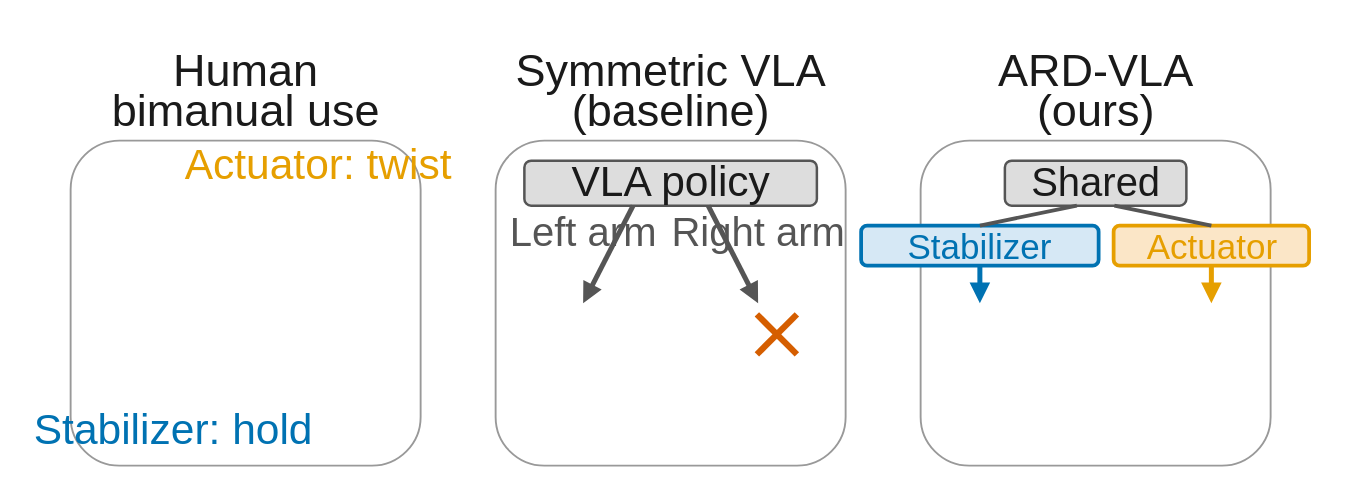
This is paper/figures/fig1_teaser.drawio from judangyee/ARD-VLA, a draw.io file, before an edit. Source tidied: cells renumbered, new cells numbered last; positions are measured from the earlier drawing's top-left corner, leaving out a move shared by most shapes. Both pictures are drawn from the tidied source at 125%, with x=0, y=0 at pixel (48, 35).
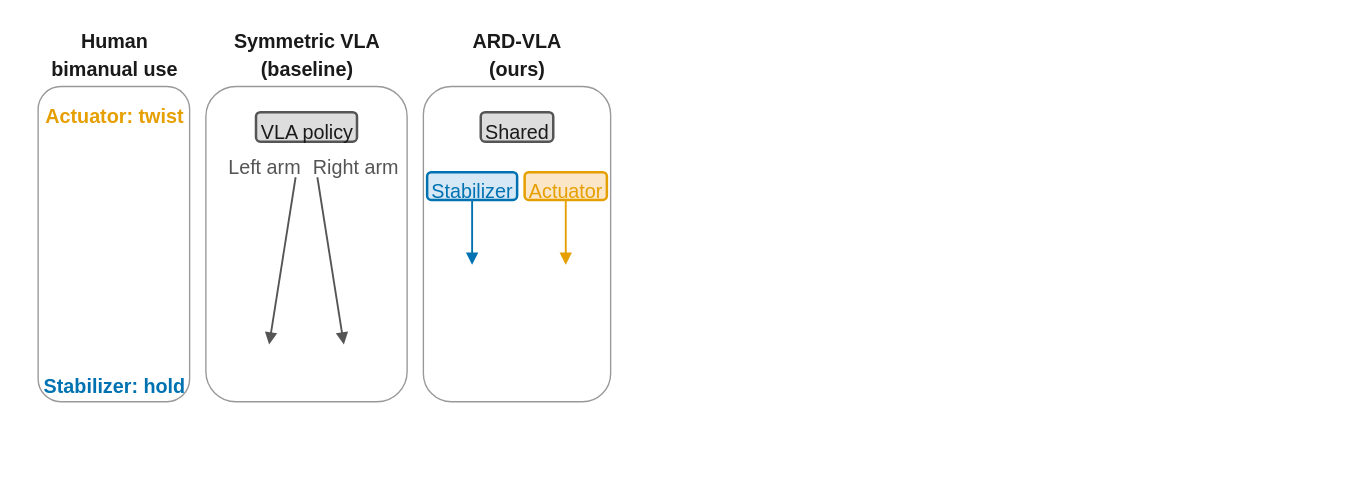
Above is the later version.

Commit message (it also covers changes not shown here):
Fix Fig.1 label/box overflow and draw Stabilizer gripper holding bottle

The edit, as a diff of the source:
```diff
@@
+    <mxCell id="31" style="rounded=1;fillColor=#FFFFFF;strokeColor=#999999;strokeWidth=1.1;" parent="1" vertex="1">
+      <mxGeometry x="-8" y="40.7" width="121.2" height="252.2" as="geometry" />
+    </mxCell>
+    <mxCell id="32" value="Human" style="text;html=1;fontSize=15.8;fontColor=#1A1A1A;align=center;fontStyle=1;" parent="1" vertex="1">
+      <mxGeometry x="17.8" y="-11.3" width="69.7" height="22.1" as="geometry" />
+    </mxCell>
-    <mxCell id="2" style="rounded=1;fillColor=#FFFFFF;strokeColor=#999999;strokeWidth=1.5;" parent="1" vertex="1">
-      <mxGeometry x="18" y="84" width="280" height="260" as="geometry" />
+    <mxCell id="2" value="bimanual use" style="text;html=1;fontSize=15.8;fontColor=#1A1A1A;align=center;fontStyle=1;" parent="1" vertex="1">
+      <mxGeometry x="-13.1" y="12.4" width="131.3" height="22.1" as="geometry" />
     </mxCell>
-    <mxCell id="3" value="Human" style="text;html=1;fontSize=36;fontColor=#1A1A1A;align=center;" parent="1" vertex="1">
-      <mxGeometry x="58" width="200" height="46" as="geometry" />
+    <mxCell id="3" style="rounded=1;fillColor=#FFFFFF;strokeColor=#999999;strokeWidth=1.1;" parent="1" vertex="1">
+      <mxGeometry x="126.2" y="40.7" width="161" height="252.2" as="geometry" />
     </mxCell>
-    <mxCell id="4" value="bimanual use" style="text;html=1;fontSize=36;fontColor=#1A1A1A;align=center;" parent="1" vertex="1">
-      <mxGeometry x="58" y="32" width="200" height="46" as="geometry" />
+    <mxCell id="4" value="Symmetric VLA" style="text;html=1;fontSize=15.8;fontColor=#1A1A1A;align=center;fontStyle=1;" parent="1" vertex="1">
+      <mxGeometry x="130.8" y="-11.3" width="151.8" height="22.1" as="geometry" />
     </mxCell>
-    <mxCell id="5" style="rounded=1;fillColor=#FFFFFF;strokeColor=#999999;strokeWidth=1.5;" parent="1" vertex="1">
-      <mxGeometry x="358" y="84" width="280" height="260" as="geometry" />
+    <mxCell id="5" value="(baseline)" style="text;html=1;fontSize=15.8;fontColor=#1A1A1A;align=center;fontStyle=1;" parent="1" vertex="1">
+      <mxGeometry x="158.7" y="12.4" width="95.9" height="22.1" as="geometry" />
     </mxCell>
-    <mxCell id="6" value="Symmetric VLA" style="text;html=1;fontSize=36;fontColor=#1A1A1A;align=center;" parent="1" vertex="1">
-      <mxGeometry x="398" width="200" height="46" as="geometry" />
+    <mxCell id="6" style="rounded=1;fillColor=#FFFFFF;strokeColor=#999999;strokeWidth=1.1;" parent="1" vertex="1">
+      <mxGeometry x="300.2" y="40.7" width="149.8" height="252.2" as="geometry" />
     </mxCell>
-    <mxCell id="7" value="(baseline)" style="text;html=1;fontSize=36;fontColor=#1A1A1A;align=center;" parent="1" vertex="1">
-      <mxGeometry x="398" y="32" width="200" height="46" as="geometry" />
+    <mxCell id="7" value="ARD-VLA" style="text;html=1;fontSize=15.8;fontColor=#1A1A1A;align=center;fontStyle=1;" parent="1" vertex="1">
+      <mxGeometry x="328.9" y="-11.3" width="92.4" height="22.1" as="geometry" />
     </mxCell>
-    <mxCell id="8" style="rounded=1;fillColor=#FFFFFF;strokeColor=#999999;strokeWidth=1.5;" parent="1" vertex="1">
-      <mxGeometry x="698" y="84" width="280" height="260" as="geometry" />
+    <mxCell id="8" value="(ours)" style="text;html=1;fontSize=15.8;fontColor=#1A1A1A;align=center;fontStyle=1;" parent="1" vertex="1">
+      <mxGeometry x="346" y="12.4" width="58.2" height="22.1" as="geometry" />
     </mxCell>
-    <mxCell id="9" value="ARD-VLA" style="text;html=1;fontSize=36;fontColor=#1A1A1A;align=center;" parent="1" vertex="1">
-      <mxGeometry x="738" width="200" height="46" as="geometry" />
+    <mxCell id="9" value="Stabilizer: hold" style="text;html=1;fontSize=15.8;fontColor=#0072B2;align=center;fontStyle=1;" parent="1" vertex="1">
+      <mxGeometry x="-21" y="265.4" width="147.2" height="22.1" as="geometry" />
     </mxCell>
-    <mxCell id="10" value="(ours)" style="text;html=1;fontSize=36;fontColor=#1A1A1A;align=center;" parent="1" vertex="1">
-      <mxGeometry x="738" y="32" width="200" height="46" as="geometry" />
+    <mxCell id="10" value="Actuator: twist" style="text;html=1;fontSize=15.8;fontColor=#E69F00;align=center;fontStyle=1;" parent="1" vertex="1">
+      <mxGeometry x="-19.3" y="49.4" width="143.8" height="22.1" as="geometry" />
     </mxCell>
-    <mxCell id="11" value="Stabilizer: hold" style="text;html=1;fontSize=34;fontColor=#0072B2;align=center;" parent="1" vertex="1">
-      <mxGeometry y="288" width="200" height="44" as="geometry" />
+    <mxCell id="11" style="rounded=1;fillColor=#DDDDDD;strokeColor=#555555;strokeWidth=2;" parent="1" vertex="1">
+      <mxGeometry x="166.3" y="61.2" width="80.8" height="23.6" as="geometry" />
     </mxCell>
-    <mxCell id="12" value="Actuator: twist" style="text;html=1;fontSize=34;fontColor=#E69F00;align=center;" parent="1" vertex="1">
-      <mxGeometry x="116" y="76" width="200" height="44" as="geometry" />
+    <mxCell id="12" value="VLA policy" style="text;html=1;fontSize=15.8;fontColor=#1A1A1A;align=center;fontStyle=0;" parent="1" vertex="1">
+      <mxGeometry x="158.7" y="61.6" width="95.9" height="22.1" as="geometry" />
     </mxCell>
-    <mxCell id="13" style="rounded=1;fillColor=#DDDDDD;strokeColor=#555555;strokeWidth=2;" parent="1" vertex="1">
-      <mxGeometry x="381" y="100" width="234" height="36" as="geometry" />
+    <mxCell id="13" value="Left arm" style="text;html=1;fontSize=15.8;fontColor=#555555;align=center;fontStyle=0;" parent="1" vertex="1">
+      <mxGeometry x="135.3" y="90.4" width="75.4" height="22.1" as="geometry" />
     </mxCell>
-    <mxCell id="14" value="VLA policy" style="text;html=1;fontSize=34;fontColor=#1A1A1A;align=center;" parent="1" vertex="1">
-      <mxGeometry x="398" y="90" width="200" height="44" as="geometry" />
+    <mxCell id="14" value="Right arm" style="text;html=1;fontSize=15.8;fontColor=#555555;align=center;fontStyle=0;" parent="1" vertex="1">
+      <mxGeometry x="201.2" y="90.4" width="89" height="22.1" as="geometry" />
     </mxCell>
-    <mxCell id="15" style="endArrow=block;html=1;strokeColor=#555555;strokeWidth=4;" parent="1" edge="1">
+    <mxCell id="15" style="endArrow=block;html=1;strokeColor=#555555;strokeWidth=1.5;" parent="1" edge="1">
       <mxGeometry relative="1" as="geometry">
-        <mxPoint x="468" y="136" as="sourcePoint" />
-        <mxPoint x="428" y="214" as="targetPoint" />
+        <mxPoint x="198" y="113.3" as="sourcePoint" />
+        <mxPoint x="176.8" y="247.2" as="targetPoint" />
       </mxGeometry>
     </mxCell>
-    <mxCell id="16" style="endArrow=block;html=1;strokeColor=#555555;strokeWidth=4;" parent="1" edge="1">
+    <mxCell id="16" style="endArrow=block;html=1;strokeColor=#555555;strokeWidth=1.5;" parent="1" edge="1">
       <mxGeometry relative="1" as="geometry">
-        <mxPoint x="528" y="136" as="sourcePoint" />
-        <mxPoint x="568" y="214" as="targetPoint" />
+        <mxPoint x="215.4" y="113.3" as="sourcePoint" />
+        <mxPoint x="236.6" y="247.2" as="targetPoint" />
       </mxGeometry>
     </mxCell>
-    <mxCell id="17" value="Left arm" style="text;html=1;fontSize=32;fontColor=#555555;align=center;" parent="1" vertex="1">
-      <mxGeometry x="328" y="132" width="200" height="42" as="geometry" />
+    <mxCell id="17" style="rounded=1;fillColor=#DDDDDD;strokeColor=#555555;strokeWidth=2;" parent="1" vertex="1">
+      <mxGeometry x="346.1" y="61.2" width="58" height="23.6" as="geometry" />
     </mxCell>
-    <mxCell id="18" value="Right arm" style="text;html=1;fontSize=32;fontColor=#555555;align=center;" parent="1" vertex="1">
-      <mxGeometry x="468" y="132" width="200" height="42" as="geometry" />
+    <mxCell id="18" value="Shared" style="text;html=1;fontSize=15.8;fontColor=#1A1A1A;align=center;fontStyle=0;" parent="1" vertex="1">
+      <mxGeometry x="342" y="61.6" width="66.3" height="22.1" as="geometry" />
     </mxCell>
-    <mxCell id="19" style="endArrow=none;html=1;strokeColor=#D55E00;strokeWidth=5;" parent="1" edge="1">
-      <mxGeometry relative="1" as="geometry">
-        <mxPoint x="567" y="223" as="sourcePoint" />
-        <mxPoint x="599" y="255" as="targetPoint" />
-      </mxGeometry>
+    <mxCell id="19" style="rounded=1;fillColor=#D6E8F5;strokeColor=#0072B2;strokeWidth=2;" parent="1" vertex="1">
+      <mxGeometry x="303.2" y="109.3" width="72" height="22.1" as="geometry" />
     </mxCell>
-    <mxCell id="20" style="endArrow=none;html=1;strokeColor=#D55E00;strokeWidth=5;" parent="1" edge="1">
-      <mxGeometry relative="1" as="geometry">
-        <mxPoint x="567" y="255" as="sourcePoint" />
-        <mxPoint x="599" y="223" as="targetPoint" />
-      </mxGeometry>
+    <mxCell id="20" value="Stabilizer" style="text;html=1;fontSize=15.8;fontColor=#0072B2;align=center;fontStyle=0;" parent="1" vertex="1">
+      <mxGeometry x="297" y="109" width="84.5" height="22.1" as="geometry" />
     </mxCell>
-    <mxCell id="21" style="rounded=1;fillColor=#DDDDDD;strokeColor=#555555;strokeWidth=2;" parent="1" vertex="1">
-      <mxGeometry x="765.4" y="100" width="145.2" height="36" as="geometry" />
+    <mxCell id="21" style="rounded=1;fillColor=#FBE6C7;strokeColor=#E69F00;strokeWidth=2;" parent="1" vertex="1">
+      <mxGeometry x="381.2" y="109.3" width="65.8" height="22.1" as="geometry" />
     </mxCell>
-    <mxCell id="22" value="Shared" style="text;html=1;fontSize=32;fontColor=#1A1A1A;align=center;" parent="1" vertex="1">
-      <mxGeometry x="738" y="92" width="200" height="42" as="geometry" />
+    <mxCell id="22" value="Actuator" style="text;html=1;fontSize=15.8;fontColor=#E69F00;align=center;fontStyle=0;" parent="1" vertex="1">
+      <mxGeometry x="375.9" y="109" width="76.4" height="22.1" as="geometry" />
     </mxCell>
-    <mxCell id="23" style="rounded=1;fillColor=#D6E8F5;strokeColor=#0072B2;strokeWidth=3;" parent="1" vertex="1">
-      <mxGeometry x="650.4" y="152" width="190" height="32" as="geometry" />
+    <mxCell id="23" style="endArrow=block;html=1;strokeColor=#0072B2;strokeWidth=1.5;" parent="1" edge="1">
+      <mxGeometry relative="1" as="geometry">
+        <mxPoint x="339.2" y="131.4" as="sourcePoint" />
+        <mxPoint x="339.2" y="183.4" as="targetPoint" />
+      </mxGeometry>
     </mxCell>
-    <mxCell id="24" value="Stabilizer" style="text;html=1;fontSize=28;fontColor=#0072B2;align=center;" parent="1" vertex="1">
-      <mxGeometry x="645.4" y="146" width="200" height="38" as="geometry" />
+    <mxCell id="24" style="endArrow=block;html=1;strokeColor=#E69F00;strokeWidth=1.5;" parent="1" edge="1">
+      <mxGeometry relative="1" as="geometry">
+        <mxPoint x="414.1" y="131.4" as="sourcePoint" />
+        <mxPoint x="414.1" y="183.4" as="targetPoint" />
+      </mxGeometry>
     </mxCell>
-    <mxCell id="25" style="rounded=1;fillColor=#FBE6C7;strokeColor=#E69F00;strokeWidth=3;" parent="1" vertex="1">
-      <mxGeometry x="852.4" y="152" width="156.4" height="32" as="geometry" />
-    </mxCell>
-    <mxCell id="26" value="Actuator" style="text;html=1;fontSize=28;fontColor=#E69F00;align=center;" parent="1" vertex="1">
-      <mxGeometry x="830.6" y="146" width="200" height="38" as="geometry" />
-    </mxCell>
-    <mxCell id="27" style="endArrow=none;html=1;strokeColor=#555555;strokeWidth=3;" parent="1" edge="1">
-      <mxGeometry relative="1" as="geometry">
-        <mxPoint x="823" y="136" as="sourcePoint" />
-        <mxPoint x="745.4" y="152" as="targetPoint" />
-      </mxGeometry>
-    </mxCell>
-    <mxCell id="28" style="endArrow=none;html=1;strokeColor=#555555;strokeWidth=3;" parent="1" edge="1">
-      <mxGeometry relative="1" as="geometry">
-        <mxPoint x="853" y="136" as="sourcePoint" />
-        <mxPoint x="930.6" y="152" as="targetPoint" />
-      </mxGeometry>
-    </mxCell>
-    <mxCell id="29" style="endArrow=block;html=1;strokeColor=#0072B2;strokeWidth=4;" parent="1" edge="1">
-      <mxGeometry relative="1" as="geometry">
-        <mxPoint x="745.4" y="184" as="sourcePoint" />
-        <mxPoint x="745.4" y="214" as="targetPoint" />
-      </mxGeometry>
-    </mxCell>
-    <mxCell id="30" style="endArrow=block;html=1;strokeColor=#E69F00;strokeWidth=4;" parent="1" edge="1">
-      <mxGeometry relative="1" as="geometry">
-        <mxPoint x="930.6" y="184" as="sourcePoint" />
-        <mxPoint x="930.6" y="214" as="targetPoint" />
-      </mxGeometry>
-    </mxCell>
```
